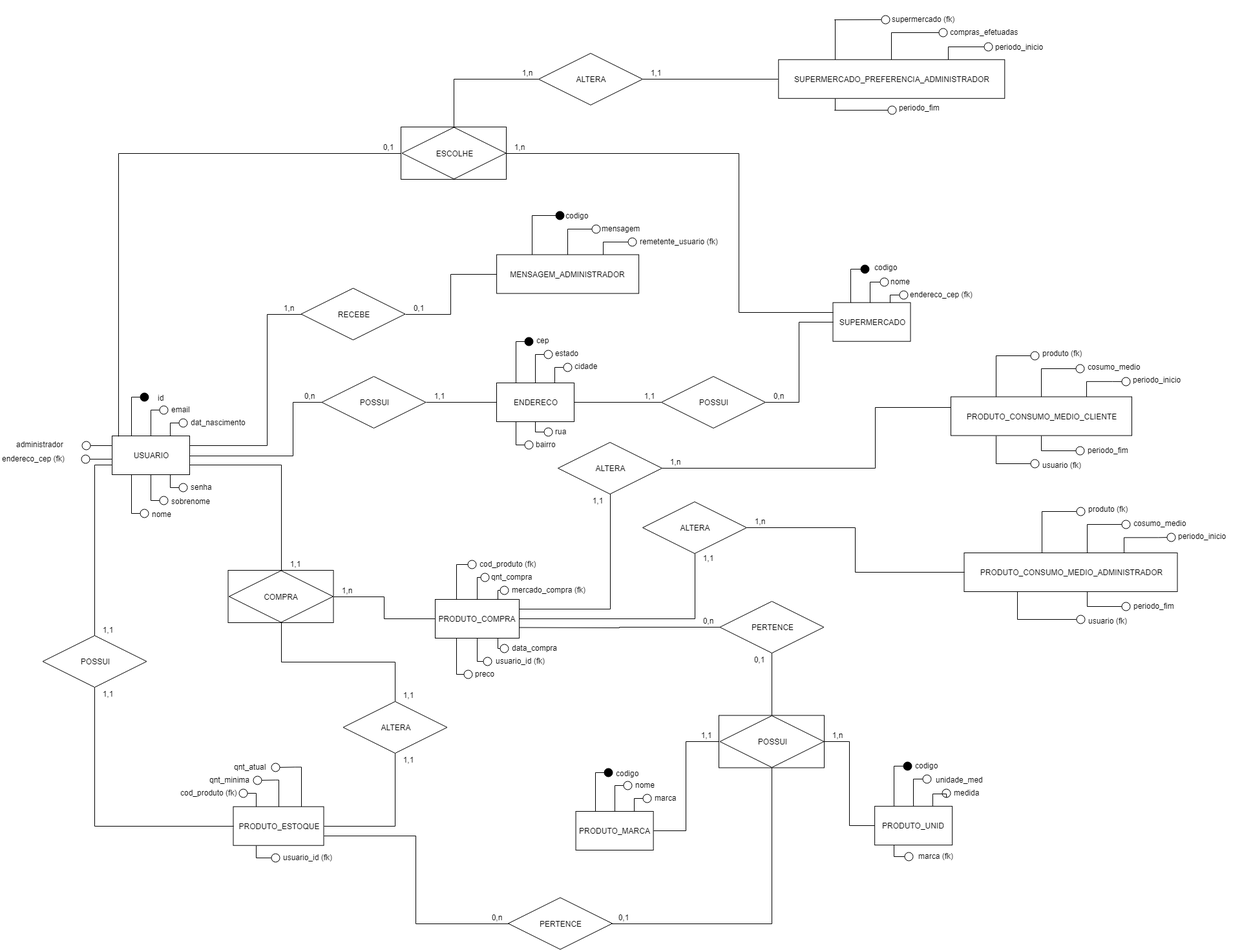
grupobsi/trab01 keeps this draw.io diagram as images/Modelo Conceitual Trab BD1.png. Above is the earlier version. Source tidied: cells renumbered, new cells last; positions are measured from the earlier drawing's top-left corner, leaving out a move shared by most shapes.
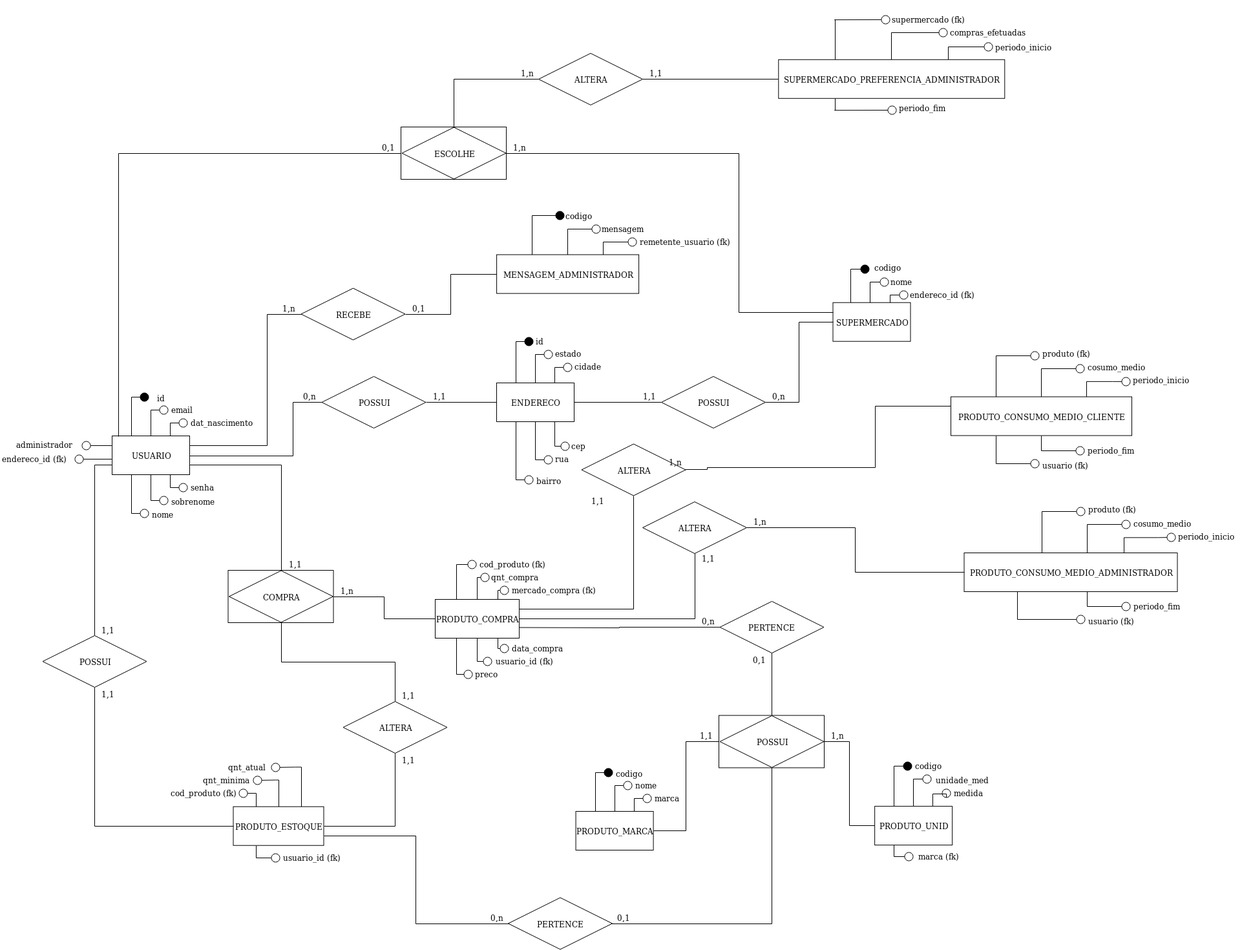
The same file after the commit.

Commit message:
Atualizando tabela e modelo conceitual (Endereços)

Diff of the diagram source:
```diff
@@ -94,8 +94,8 @@
     <mxCell id="19" value="USUARIO" style="rounded=0;whiteSpace=wrap;html=1;" parent="3" vertex="1">
       <mxGeometry x="150" y="60" width="120" height="60" as="geometry" />
     </mxCell>
-    <mxCell id="20" value="endereco_cep (fk)" style="text;html=1;points=[];align=left;verticalAlign=top;spacingTop=-4;" parent="3" vertex="1">
-      <mxGeometry x="-22.5" y="86" width="130" height="20" as="geometry" />
+    <mxCell id="20" value="endereco_id (fk)" style="text;html=1;points=[];align=left;verticalAlign=top;spacingTop=-4;" parent="3" vertex="1">
+      <mxGeometry x="-22.5" y="86" width="120" height="20" as="geometry" />
     </mxCell>
     <mxCell id="21" style="group;" parent="2" vertex="1">
       <mxGeometry x="257.5" y="1096.4" width="255" height="160.5" as="geometry" />
@@ -349,8 +349,8 @@
     <mxCell id="70" value="nome" style="text;html=1;align=left;verticalAlign=top;spacingTop=-4;" parent="64" vertex="1">
       <mxGeometry x="90" y="21.5" width="50" height="20" as="geometry" />
     </mxCell>
-    <mxCell id="71" value="endereco_cep (fk)" style="text;html=1;align=left;verticalAlign=top;spacingTop=-4;" parent="64" vertex="1">
-      <mxGeometry x="120" y="42" width="130" height="20" as="geometry" />
+    <mxCell id="71" value="endereco_id (fk)" style="text;html=1;align=left;verticalAlign=top;spacingTop=-4;" parent="64" vertex="1">
+      <mxGeometry x="120" y="42" width="120" height="20" as="geometry" />
     </mxCell>
     <mxCell id="72" style="group;" parent="2" vertex="1">
       <mxGeometry x="845.1" y="245.3" width="280" height="128" as="geometry" />
@@ -426,19 +426,19 @@
     </mxCell>
     <mxCell id="86" style="edgeStyle=orthogonalEdgeStyle;rounded=0;jettySize=auto;html=1;exitX=0.25;exitY=1;exitDx=0;exitDy=0;endArrow=oval;endFill=0;endSize=13;strokeWidth=1;" parent="82" edge="1" source="88">
       <mxGeometry relative="1" as="geometry">
-        <mxPoint x="50" y="171.5" as="targetPoint" />
+        <mxPoint x="50" y="225.5" as="targetPoint" />
         <Array as="points">
-          <mxPoint x="30" y="171.5" />
-          <mxPoint x="50" y="171.5" />
+          <mxPoint x="30" y="225" />
+          <mxPoint x="50" y="225" />
         </Array>
       </mxGeometry>
     </mxCell>
     <mxCell id="87" style="edgeStyle=orthogonalEdgeStyle;rounded=0;jettySize=auto;html=1;exitX=0.5;exitY=1;exitDx=0;exitDy=0;endArrow=oval;endFill=0;endSize=13;strokeWidth=1;" parent="82" edge="1" source="88">
       <mxGeometry relative="1" as="geometry">
-        <mxPoint x="80" y="151.5" as="targetPoint" />
+        <mxPoint x="80" y="194.5" as="targetPoint" />
         <Array as="points">
-          <mxPoint x="60" y="151.5" />
-          <mxPoint x="80" y="151.5" />
+          <mxPoint x="60" y="194" />
+          <mxPoint x="80" y="194" />
         </Array>
       </mxGeometry>
     </mxCell>
@@ -446,7 +446,7 @@
       <mxGeometry y="75.5" width="120" height="60" as="geometry" />
     </mxCell>
     <mxCell id="89" value="cep" style="text;html=1;align=left;verticalAlign=top;spacingTop=-4;" parent="82" vertex="1">
-      <mxGeometry x="60" width="40" height="20" as="geometry" />
+      <mxGeometry x="114" y="163.5" width="40" height="20" as="geometry" />
     </mxCell>
     <mxCell id="90" value="estado" style="text;html=1;align=left;verticalAlign=top;spacingTop=-4;" parent="82" vertex="1">
       <mxGeometry x="89" y="20" width="60" height="20" as="geometry" />
@@ -454,12 +454,9 @@
     <mxCell id="91" value="cidade" style="text;html=1;align=left;verticalAlign=top;spacingTop=-4;" parent="82" vertex="1">
       <mxGeometry x="119" y="40.5" width="60" height="20" as="geometry" />
     </mxCell>
-    <mxCell id="92" value="bairro" style="text;html=1;align=left;verticalAlign=top;spacingTop=-4;" parent="82" vertex="1">
-      <mxGeometry x="59" y="161.5" width="50" height="20" as="geometry" />
-    </mxCell>
-    <mxCell id="93" value="rua" style="text;html=1;align=left;verticalAlign=top;spacingTop=-4;" parent="82" vertex="1">
-      <mxGeometry x="89" y="141.5" width="40" height="20" as="geometry" />
-    </mxCell>
+    <mxCell id="203" value="id" style="text;html=1;align=left;verticalAlign=top;spacingTop=-4;" parent="82" vertex="1">
+      <mxGeometry x="59" y="1" width="30" height="20" as="geometry" />
+    </mxCell>
     <mxCell id="94" style="group;" parent="2" vertex="1">
       <mxGeometry x="1448" y="456.2" width="379.5" height="193" as="geometry" />
     </mxCell>
@@ -767,13 +764,15 @@
     <mxCell id="167" style="edgeStyle=orthogonalEdgeStyle;rounded=0;jettySize=auto;html=1;exitX=1;exitY=0.5;exitDx=0;exitDy=0;endArrow=none;endFill=0;entryX=0;entryY=0.25;entryDx=0;entryDy=0;" parent="2" edge="1" source="168" target="100">
       <mxGeometry relative="1" as="geometry">
         <Array as="points">
-          <mxPoint x="1331" y="643.2" />
-          <mxPoint x="1331" y="549.2" />
+          <mxPoint x="1071" y="646" />
+          <mxPoint x="1071" y="643" />
+          <mxPoint x="1331" y="643" />
+          <mxPoint x="1331" y="548" />
         </Array>
       </mxGeometry>
     </mxCell>
     <mxCell id="168" value="ALTERA" style="rhombus;whiteSpace=wrap;html=1;" parent="2" vertex="1">
-      <mxGeometry x="840" y="603.7" width="161" height="80" as="geometry" />
+      <mxGeometry x="876.5" y="606.2" width="161" height="80" as="geometry" />
     </mxCell>
     <mxCell id="169" style="edgeStyle=orthogonalEdgeStyle;rounded=0;jettySize=auto;html=1;exitX=1;exitY=0.25;exitDx=0;exitDy=0;entryX=0.5;entryY=1;entryDx=0;entryDy=0;endArrow=none;endFill=0;" parent="2" edge="1" source="38" target="168">
       <mxGeometry relative="1" as="geometry" />
@@ -887,5 +886,19 @@
     <mxCell id="202" value="1,n" style="text;html=1;strokeColor=none;fillColor=none;align=center;verticalAlign=middle;whiteSpace=wrap;rounded=0;" parent="2" vertex="1">
       <mxGeometry x="772" y="21.7" width="40" height="20" as="geometry" />
     </mxCell>
+    <mxCell id="92" value="bairro" style="text;html=1;align=left;verticalAlign=top;spacingTop=-4;" parent="2" vertex="1">
+      <mxGeometry x="805" y="653.7" width="50" height="20" as="geometry" />
+    </mxCell>
+    <mxCell id="93" value="rua" style="text;html=1;align=left;verticalAlign=top;spacingTop=-4;" parent="2" vertex="1">
+      <mxGeometry x="834" y="619.7" width="40" height="20" as="geometry" />
+    </mxCell>
+    <mxCell id="204" style="edgeStyle=orthogonalEdgeStyle;rounded=0;jettySize=auto;html=1;exitX=0.75;exitY=1;exitDx=0;exitDy=0;endArrow=oval;endFill=0;endSize=13;" parent="1" edge="1" source="88">
+      <mxGeometry relative="1" as="geometry">
+        <mxPoint x="874" y="690" as="targetPoint" />
+        <Array as="points">
+          <mxPoint x="858" y="690" />
+        </Array>
+      </mxGeometry>
+    </mxCell>
   </root>
 </mxGraphModel>
```
